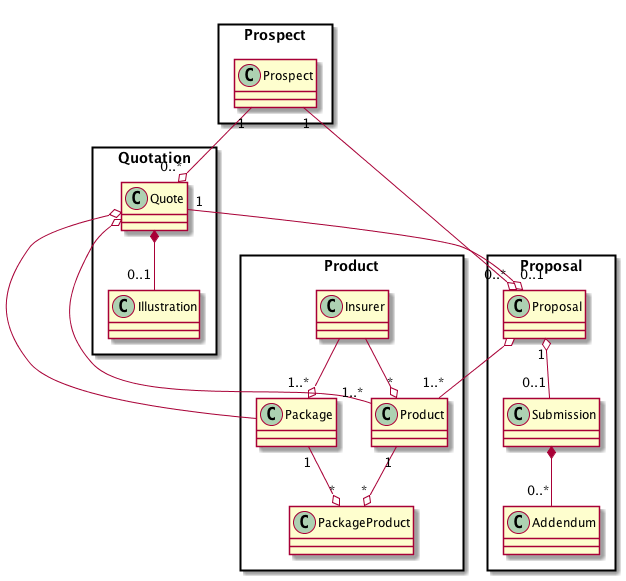
yitchoong/cloudapi keeps this PlantUML diagram as assets/screens/class.png. Above is the earlier version.
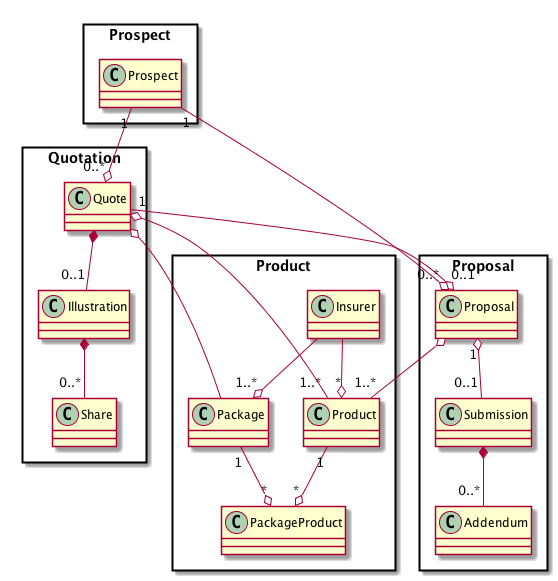
After the change.

The edit, as a diff of the source:
```diff
@@ -12,6 +12,7 @@
 package Quotation <<Rectangle>> {
     class Quote
     class Illustration
+    class Share
 }
 package Proposal <<Rectangle>>{
     class Proposal
@@ -30,6 +31,8 @@
 
 Quote *-- "0..1" Illustration
 
+Illustration *-- "0..*" Share
+
 Quote o-- Package
 
 Quote o-- "1..*" Product
```
